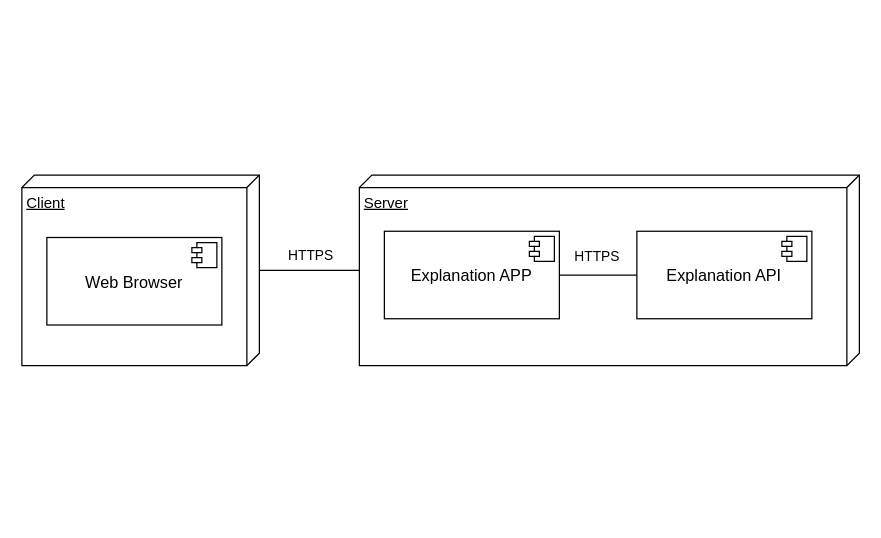
whzd/thesis keeps this draw.io diagram as diagrams/deployment_diagram_Implement.drawio. Above is the earlier version. Source tidied: cells renumbered, new cells numbered last; positions are measured from the earlier drawing's top-left corner, leaving out a move shared by most shapes. Both pictures are drawn from the tidied source at 125%, with x=0, y=0 at pixel (21, 175).
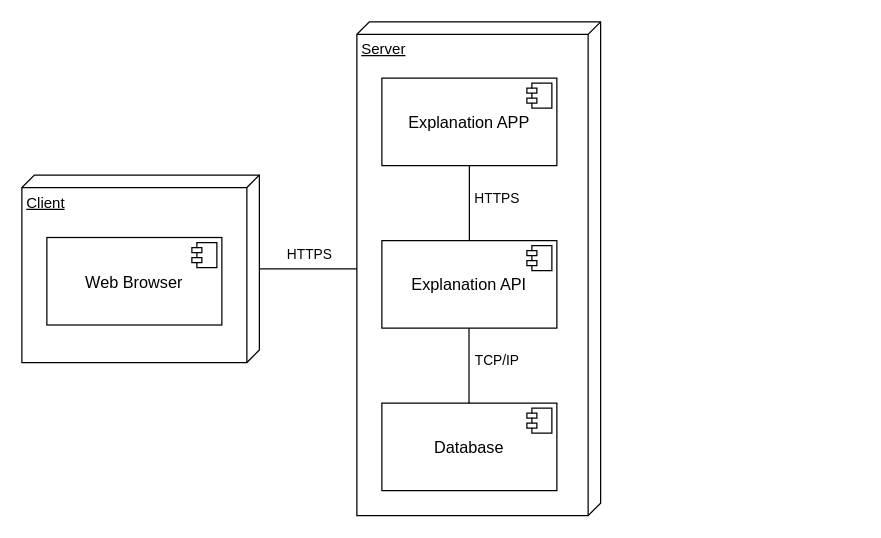
After the change.

Diff of the diagram source:
```diff
@@
 <mxGraphModel>
   <root>
     <mxCell id="0" />
     <mxCell id="1" parent="0" />
     <mxCell id="2" value="Server" style="verticalAlign=top;align=left;spacingTop=8;spacingLeft=2;spacingRight=12;shape=cube;size=10;direction=south;fontStyle=4;html=1;strokeColor=#000000;" parent="1" vertex="1">
-      <mxGeometry x="270" y="-0.5" width="400" height="152.5" as="geometry" />
+      <mxGeometry x="268" y="-123" width="195" height="395" as="geometry" />
     </mxCell>
     <mxCell id="3" value="HTTPS" style="edgeStyle=orthogonalEdgeStyle;rounded=0;jettySize=auto;html=1;endArrow=none;endFill=0;" parent="1" edge="1" source="4" target="2">
       <mxGeometry x="0.03" y="12" relative="1" as="geometry" />
     </mxCell>
     <mxCell id="4" value="Client" style="verticalAlign=top;align=left;spacingTop=8;spacingLeft=2;spacingRight=12;shape=cube;size=10;direction=south;fontStyle=4;html=1;strokeColor=#000000;" parent="1" vertex="1">
-      <mxGeometry y="-0.5" width="190" height="152.5" as="geometry" />
+      <mxGeometry y="-0.5" width="190" height="150" as="geometry" />
     </mxCell>
     <mxCell id="5" value="&lt;p style=&quot;margin: 0px ; margin-top: 6px ; text-align: center&quot;&gt;&lt;font style=&quot;font-size: 13px&quot;&gt;&lt;br&gt;&lt;/font&gt;&lt;/p&gt;&lt;p style=&quot;margin: 0px ; margin-top: 6px ; text-align: center&quot;&gt;&lt;font style=&quot;font-size: 13px&quot;&gt;Explanation APP&lt;/font&gt;&lt;/p&gt;" style="align=left;overflow=fill;html=1;" parent="1" vertex="1">
-      <mxGeometry x="290" y="44.5" width="140" height="70" as="geometry" />
+      <mxGeometry x="288" y="-78" width="140" height="70" as="geometry" />
     </mxCell>
     <mxCell id="6" style="shape=component;jettyWidth=8;jettyHeight=4;" parent="5" vertex="1">
       <mxGeometry x="1" width="20" height="20" relative="1" as="geometry">
         <mxPoint x="-24" y="4" as="offset" />
       </mxGeometry>
     </mxCell>
     <mxCell id="7" value="HTTPS" style="edgeStyle=orthogonalEdgeStyle;rounded=0;jettySize=auto;html=1;endArrow=none;endFill=0;" parent="1" edge="1" source="8" target="5">
-      <mxGeometry x="0.03" y="-15" relative="1" as="geometry" />
+      <mxGeometry x="0.14" y="-22" relative="1" as="geometry" />
     </mxCell>
     <mxCell id="8" value="&lt;p style=&quot;margin: 0px ; margin-top: 6px ; text-align: center&quot;&gt;&lt;font style=&quot;font-size: 13px&quot;&gt;&lt;br&gt;&lt;/font&gt;&lt;/p&gt;&lt;p style=&quot;margin: 0px ; margin-top: 6px ; text-align: center&quot;&gt;&lt;font style=&quot;font-size: 13px&quot;&gt;Explanation API&lt;/font&gt;&lt;/p&gt;" style="align=left;overflow=fill;html=1;" parent="1" vertex="1">
-      <mxGeometry x="492" y="44.5" width="140" height="70" as="geometry" />
+      <mxGeometry x="288" y="52" width="140" height="70" as="geometry" />
     </mxCell>
     <mxCell id="9" style="shape=component;jettyWidth=8;jettyHeight=4;" parent="8" vertex="1">
       <mxGeometry x="1" width="20" height="20" relative="1" as="geometry">
         <mxPoint x="-24" y="4" as="offset" />
       </mxGeometry>
     </mxCell>
+    <mxCell id="12" value="&lt;p style=&quot;margin: 0px ; margin-top: 6px ; text-align: center&quot;&gt;&lt;font style=&quot;font-size: 13px&quot;&gt;&lt;br&gt;&lt;/font&gt;&lt;/p&gt;&lt;p style=&quot;margin: 0px ; margin-top: 6px ; text-align: center&quot;&gt;&lt;font style=&quot;font-size: 13px&quot;&gt;Database&lt;br&gt;&lt;/font&gt;&lt;/p&gt;" style="align=left;overflow=fill;html=1;" parent="1" vertex="1">
+      <mxGeometry x="288" y="182" width="140" height="70" as="geometry" />
+    </mxCell>
+    <mxCell id="13" style="shape=component;jettyWidth=8;jettyHeight=4;" parent="12" vertex="1">
+      <mxGeometry x="1" width="20" height="20" relative="1" as="geometry">
+        <mxPoint x="-24" y="4" as="offset" />
+      </mxGeometry>
+    </mxCell>
     <mxCell id="10" value="&lt;p style=&quot;margin: 0px ; margin-top: 6px ; text-align: center&quot;&gt;&lt;font style=&quot;font-size: 13px&quot;&gt;&lt;br&gt;&lt;/font&gt;&lt;/p&gt;&lt;p style=&quot;margin: 0px ; margin-top: 6px ; text-align: center&quot;&gt;&lt;font style=&quot;font-size: 13px&quot;&gt;Web Browser&lt;br&gt;&lt;/font&gt;&lt;/p&gt;" style="align=left;overflow=fill;html=1;" parent="1" vertex="1">
       <mxGeometry x="20" y="49.5" width="140" height="70" as="geometry" />
     </mxCell>
     <mxCell id="11" style="shape=component;jettyWidth=8;jettyHeight=4;" parent="10" vertex="1">
       <mxGeometry x="1" width="20" height="20" relative="1" as="geometry">
         <mxPoint x="-24" y="4" as="offset" />
       </mxGeometry>
     </mxCell>
+    <mxCell id="14" value="TCP/IP" style="edgeStyle=orthogonalEdgeStyle;rounded=0;orthogonalLoop=1;jettySize=auto;html=1;endArrow=none;endFill=0;" parent="1" edge="1">
+      <mxGeometry x="0.14" y="-22" relative="1" as="geometry">
+        <mxPoint x="357.7" y="182" as="sourcePoint" />
+        <mxPoint x="357.7" y="122" as="targetPoint" />
+      </mxGeometry>
+    </mxCell>
   </root>
 </mxGraphModel>
```
